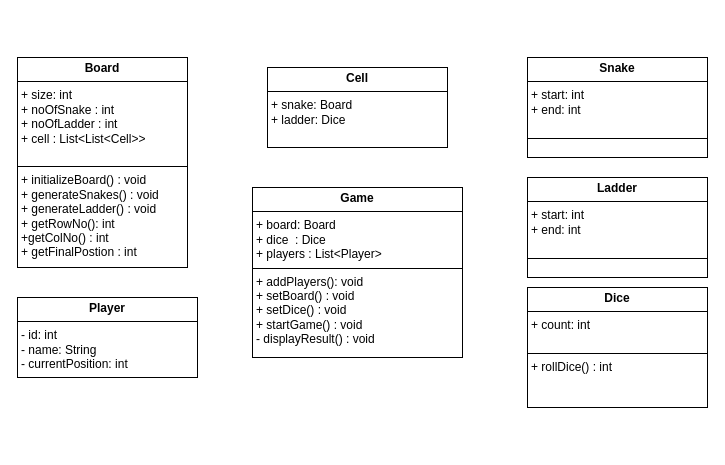
Above: SnakeAndLadder.drawio in saravananraj/LLD-ClassDiagrams (draw.io), before the change. Source tidied: cells renumbered, new cells numbered last; positions are measured from the earlier drawing's top-left corner, leaving out a move shared by most shapes. Both pictures are drawn from the tidied source at 100%, with x=0, y=0 at pixel (17, 57).
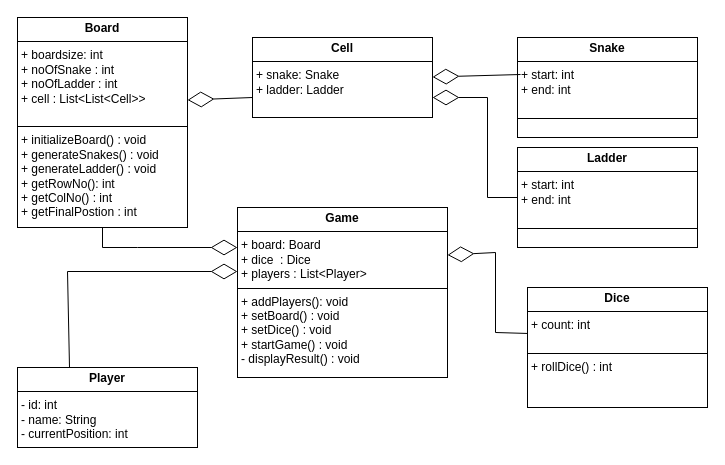
Above is the later version.

Unchanged cells that the change refers to:
```xml
<mxCell id="8" value="&lt;p style=&quot;margin:0px;margin-top:4px;text-align:center;&quot;&gt;&lt;b&gt;Dice&lt;/b&gt;&lt;/p&gt;&lt;hr size=&quot;1&quot; style=&quot;border-style:solid;&quot;&gt;&lt;p style=&quot;margin:0px;margin-left:4px;&quot;&gt;+ count: int&lt;/p&gt;&lt;p style=&quot;margin:0px;margin-left:4px;&quot;&gt;&lt;br&gt;&lt;/p&gt;&lt;hr size=&quot;1&quot; style=&quot;border-style:solid;&quot;&gt;&lt;p style=&quot;margin:0px;margin-left:4px;&quot;&gt;+ rollDice() : int&lt;/p&gt;" style="verticalAlign=top;align=left;overflow=fill;html=1;whiteSpace=wrap;" parent="1" vertex="1">
  <mxGeometry x="510" y="230" width="180" height="120" as="geometry" />
</mxCell>
```

What changed in the source:
```diff
@@
     <mxCell id="2" value="&lt;p style=&quot;margin:0px;margin-top:4px;text-align:center;&quot;&gt;&lt;b&gt;Game&lt;/b&gt;&lt;/p&gt;&lt;hr size=&quot;1&quot; style=&quot;border-style:solid;&quot;&gt;&lt;p style=&quot;margin:0px;margin-left:4px;&quot;&gt;+ board: Board&lt;/p&gt;&lt;p style=&quot;margin:0px;margin-left:4px;&quot;&gt;+ dice&amp;nbsp; : Dice&lt;/p&gt;&lt;p style=&quot;margin:0px;margin-left:4px;&quot;&gt;+ players : List&amp;lt;Player&amp;gt;&lt;/p&gt;&lt;hr size=&quot;1&quot; style=&quot;border-style:solid;&quot;&gt;&lt;p style=&quot;margin:0px;margin-left:4px;&quot;&gt;+ addPlayers(): void&lt;/p&gt;&lt;p style=&quot;margin:0px;margin-left:4px;&quot;&gt;+ setBoard() : void&lt;/p&gt;&lt;p style=&quot;margin:0px;margin-left:4px;&quot;&gt;+ setDice() : void&lt;/p&gt;&lt;p style=&quot;margin:0px;margin-left:4px;&quot;&gt;+ startGame() : void&lt;/p&gt;&lt;p style=&quot;margin:0px;margin-left:4px;&quot;&gt;- displayResult() : void&lt;/p&gt;" style="verticalAlign=top;align=left;overflow=fill;html=1;whiteSpace=wrap;" parent="1" vertex="1">
-      <mxGeometry x="235" y="130" width="210" height="170" as="geometry" />
+      <mxGeometry x="220" y="150" width="210" height="170" as="geometry" />
     </mxCell>
     <mxCell id="3" value="&lt;p style=&quot;margin:0px;margin-top:4px;text-align:center;&quot;&gt;&lt;b&gt;Snake&lt;/b&gt;&lt;/p&gt;&lt;hr size=&quot;1&quot; style=&quot;border-style:solid;&quot;&gt;&lt;p style=&quot;margin:0px;margin-left:4px;&quot;&gt;+ start: int&lt;/p&gt;&lt;p style=&quot;margin:0px;margin-left:4px;&quot;&gt;+ end: int&lt;/p&gt;&lt;p style=&quot;margin:0px;margin-left:4px;&quot;&gt;&lt;br&gt;&lt;/p&gt;&lt;hr size=&quot;1&quot; style=&quot;border-style:solid;&quot;&gt;&lt;p style=&quot;margin:0px;margin-left:4px;&quot;&gt;&lt;br&gt;&lt;/p&gt;" style="verticalAlign=top;align=left;overflow=fill;html=1;whiteSpace=wrap;" parent="1" vertex="1">
-      <mxGeometry x="510" width="180" height="100" as="geometry" />
+      <mxGeometry x="500" y="-20" width="180" height="100" as="geometry" />
     </mxCell>
     <mxCell id="4" value="&lt;p style=&quot;margin:0px;margin-top:4px;text-align:center;&quot;&gt;&lt;b&gt;Ladder&lt;/b&gt;&lt;/p&gt;&lt;hr size=&quot;1&quot; style=&quot;border-style:solid;&quot;&gt;&lt;p style=&quot;margin:0px;margin-left:4px;&quot;&gt;+ start: int&lt;/p&gt;&lt;p style=&quot;margin:0px;margin-left:4px;&quot;&gt;+ end: int&lt;/p&gt;&lt;p style=&quot;margin:0px;margin-left:4px;&quot;&gt;&lt;br&gt;&lt;/p&gt;&lt;hr size=&quot;1&quot; style=&quot;border-style:solid;&quot;&gt;&lt;p style=&quot;margin:0px;margin-left:4px;&quot;&gt;&lt;br&gt;&lt;/p&gt;" style="verticalAlign=top;align=left;overflow=fill;html=1;whiteSpace=wrap;" parent="1" vertex="1">
-      <mxGeometry x="510" y="120" width="180" height="100" as="geometry" />
+      <mxGeometry x="500" y="90" width="180" height="100" as="geometry" />
     </mxCell>
     <mxCell id="5" value="&lt;p style=&quot;margin:0px;margin-top:4px;text-align:center;&quot;&gt;&lt;b&gt;Player&lt;/b&gt;&lt;/p&gt;&lt;hr size=&quot;1&quot; style=&quot;border-style:solid;&quot;&gt;&lt;p style=&quot;margin:0px;margin-left:4px;&quot;&gt;- id: int&lt;/p&gt;&lt;p style=&quot;margin:0px;margin-left:4px;&quot;&gt;- name: String&lt;/p&gt;&lt;p style=&quot;margin:0px;margin-left:4px;&quot;&gt;- currentPosition: int&lt;/p&gt;&lt;hr size=&quot;1&quot; style=&quot;border-style:solid;&quot;&gt;&lt;p style=&quot;margin:0px;margin-left:4px;&quot;&gt;&lt;br&gt;&lt;/p&gt;" style="verticalAlign=top;align=left;overflow=fill;html=1;whiteSpace=wrap;" parent="1" vertex="1">
-      <mxGeometry y="240" width="180" height="80" as="geometry" />
+      <mxGeometry y="310" width="180" height="80" as="geometry" />
     </mxCell>
-    <mxCell id="6" value="&lt;p style=&quot;margin:0px;margin-top:4px;text-align:center;&quot;&gt;&lt;b&gt;Board&lt;/b&gt;&lt;/p&gt;&lt;hr size=&quot;1&quot; style=&quot;border-style:solid;&quot;&gt;&lt;p style=&quot;margin:0px;margin-left:4px;&quot;&gt;+ size: int&lt;/p&gt;&lt;p style=&quot;margin:0px;margin-left:4px;&quot;&gt;+ noOfSnake : int&lt;/p&gt;&lt;p style=&quot;margin:0px;margin-left:4px;&quot;&gt;+ noOfLadder : int&lt;/p&gt;&lt;p style=&quot;margin:0px;margin-left:4px;&quot;&gt;+ cell : List&amp;lt;List&amp;lt;Cell&amp;gt;&amp;gt;&lt;/p&gt;&lt;p style=&quot;margin:0px;margin-left:4px;&quot;&gt;&lt;br&gt;&lt;/p&gt;&lt;hr size=&quot;1&quot; style=&quot;border-style:solid;&quot;&gt;&lt;p style=&quot;margin:0px;margin-left:4px;&quot;&gt;+ initializeBoard() : void&lt;/p&gt;&lt;p style=&quot;margin:0px;margin-left:4px;&quot;&gt;+ generateSnakes() : void&lt;/p&gt;&lt;p style=&quot;margin:0px;margin-left:4px;&quot;&gt;+ generateLadder() : void&lt;/p&gt;&lt;p style=&quot;margin:0px;margin-left:4px;&quot;&gt;+ getRowNo(): int&lt;/p&gt;&lt;p style=&quot;margin:0px;margin-left:4px;&quot;&gt;+getColNo() : int&lt;/p&gt;&lt;p style=&quot;margin:0px;margin-left:4px;&quot;&gt;+ getFinalPostion : int&lt;/p&gt;&lt;p style=&quot;margin:0px;margin-left:4px;&quot;&gt;&lt;br&gt;&lt;/p&gt;&lt;p style=&quot;margin:0px;margin-left:4px;&quot;&gt;&lt;br&gt;&lt;/p&gt;" style="verticalAlign=top;align=left;overflow=fill;html=1;whiteSpace=wrap;" parent="1" vertex="1">
-      <mxGeometry width="170" height="210" as="geometry" />
+    <mxCell id="6" value="&lt;p style=&quot;margin:0px;margin-top:4px;text-align:center;&quot;&gt;&lt;b&gt;Board&lt;/b&gt;&lt;/p&gt;&lt;hr size=&quot;1&quot; style=&quot;border-style:solid;&quot;&gt;&lt;p style=&quot;margin:0px;margin-left:4px;&quot;&gt;+ boardsize: int&lt;/p&gt;&lt;p style=&quot;margin:0px;margin-left:4px;&quot;&gt;+ noOfSnake : int&lt;/p&gt;&lt;p style=&quot;margin:0px;margin-left:4px;&quot;&gt;+ noOfLadder : int&lt;/p&gt;&lt;p style=&quot;margin:0px;margin-left:4px;&quot;&gt;+ cell : List&amp;lt;List&amp;lt;Cell&amp;gt;&amp;gt;&lt;/p&gt;&lt;p style=&quot;margin:0px;margin-left:4px;&quot;&gt;&lt;br&gt;&lt;/p&gt;&lt;hr size=&quot;1&quot; style=&quot;border-style:solid;&quot;&gt;&lt;p style=&quot;margin:0px;margin-left:4px;&quot;&gt;+ initializeBoard() : void&lt;/p&gt;&lt;p style=&quot;margin:0px;margin-left:4px;&quot;&gt;+ generateSnakes() : void&lt;/p&gt;&lt;p style=&quot;margin:0px;margin-left:4px;&quot;&gt;+ generateLadder() : void&lt;/p&gt;&lt;p style=&quot;margin:0px;margin-left:4px;&quot;&gt;+ getRowNo(): int&lt;/p&gt;&lt;p style=&quot;margin:0px;margin-left:4px;&quot;&gt;+ getColNo() : int&lt;/p&gt;&lt;p style=&quot;margin:0px;margin-left:4px;&quot;&gt;+ getFinalPostion : int&lt;/p&gt;&lt;p style=&quot;margin:0px;margin-left:4px;&quot;&gt;&lt;br&gt;&lt;/p&gt;&lt;p style=&quot;margin:0px;margin-left:4px;&quot;&gt;&lt;br&gt;&lt;/p&gt;" style="verticalAlign=top;align=left;overflow=fill;html=1;whiteSpace=wrap;" parent="1" vertex="1">
+      <mxGeometry y="-40" width="170" height="210" as="geometry" />
     </mxCell>
-    <mxCell id="7" value="&lt;p style=&quot;margin:0px;margin-top:4px;text-align:center;&quot;&gt;&lt;b&gt;Cell&lt;/b&gt;&lt;/p&gt;&lt;hr size=&quot;1&quot; style=&quot;border-style:solid;&quot;&gt;&lt;p style=&quot;margin:0px;margin-left:4px;&quot;&gt;+ snake: Board&lt;/p&gt;&lt;p style=&quot;margin:0px;margin-left:4px;&quot;&gt;+ ladder: Dice&lt;/p&gt;&lt;p style=&quot;margin:0px;margin-left:4px;&quot;&gt;&lt;br&gt;&lt;/p&gt;&lt;hr size=&quot;1&quot; style=&quot;border-style:solid;&quot;&gt;&lt;p style=&quot;margin:0px;margin-left:4px;&quot;&gt;&lt;br&gt;&lt;/p&gt;" style="verticalAlign=top;align=left;overflow=fill;html=1;whiteSpace=wrap;" parent="1" vertex="1">
-      <mxGeometry x="250" y="10" width="180" height="80" as="geometry" />
+    <mxCell id="7" value="&lt;p style=&quot;margin:0px;margin-top:4px;text-align:center;&quot;&gt;&lt;b&gt;Cell&lt;/b&gt;&lt;/p&gt;&lt;hr size=&quot;1&quot; style=&quot;border-style:solid;&quot;&gt;&lt;p style=&quot;margin:0px;margin-left:4px;&quot;&gt;+ snake: Snake&lt;/p&gt;&lt;p style=&quot;margin:0px;margin-left:4px;&quot;&gt;+ ladder: Ladder&lt;/p&gt;&lt;p style=&quot;margin:0px;margin-left:4px;&quot;&gt;&lt;br&gt;&lt;/p&gt;&lt;hr size=&quot;1&quot; style=&quot;border-style:solid;&quot;&gt;&lt;p style=&quot;margin:0px;margin-left:4px;&quot;&gt;&lt;br&gt;&lt;/p&gt;" style="verticalAlign=top;align=left;overflow=fill;html=1;whiteSpace=wrap;" parent="1" vertex="1">
+      <mxGeometry x="235" y="-20" width="180" height="80" as="geometry" />
     </mxCell>
@@
+    <mxCell id="9" style="endArrow=diamondThin;endFill=0;endSize=24;html=1;rounded=0;exitX=0;exitY=0.5;exitDx=0;exitDy=0;" parent="1" edge="1" source="4">
+      <mxGeometry relative="1" as="geometry">
+        <mxPoint x="415" y="40" as="targetPoint" />
+        <Array as="points">
+          <mxPoint x="470" y="140" />
+          <mxPoint x="470" y="40" />
+        </Array>
+      </mxGeometry>
+    </mxCell>
+    <mxCell id="10" style="endArrow=diamondThin;endFill=0;endSize=24;html=1;rounded=0;exitX=0.017;exitY=0.37;exitDx=0;exitDy=0;exitPerimeter=0;" parent="1" edge="1" source="3">
+      <mxGeometry relative="1" as="geometry">
+        <mxPoint x="415" y="19.5" as="targetPoint" />
+      </mxGeometry>
+    </mxCell>
+    <mxCell id="11" style="endArrow=diamondThin;endFill=0;endSize=24;html=1;rounded=0;exitX=0;exitY=0.383;exitDx=0;exitDy=0;exitPerimeter=0;" parent="1" edge="1" source="8">
+      <mxGeometry relative="1" as="geometry">
+        <mxPoint x="430" y="197.5" as="targetPoint" />
+        <Array as="points">
+          <mxPoint x="478" y="275" />
+          <mxPoint x="478" y="195" />
+        </Array>
+      </mxGeometry>
+    </mxCell>
+    <mxCell id="12" style="endArrow=diamondThin;endFill=0;endSize=24;html=1;rounded=0;exitX=0.289;exitY=-0.05;exitDx=0;exitDy=0;exitPerimeter=0;" parent="1" edge="1">
+      <mxGeometry relative="1" as="geometry">
+        <mxPoint x="52" y="310" as="sourcePoint" />
+        <mxPoint x="220" y="214" as="targetPoint" />
+        <Array as="points">
+          <mxPoint x="50" y="214" />
+        </Array>
+      </mxGeometry>
+    </mxCell>
+    <mxCell id="13" style="endArrow=diamondThin;endFill=0;endSize=24;html=1;rounded=0;exitX=0.5;exitY=1;exitDx=0;exitDy=0;" parent="1" edge="1" source="6">
+      <mxGeometry relative="1" as="geometry">
+        <mxPoint x="220" y="190" as="targetPoint" />
+        <Array as="points">
+          <mxPoint x="85" y="190" />
+          <mxPoint x="120" y="190" />
+        </Array>
+      </mxGeometry>
+    </mxCell>
+    <mxCell id="14" style="endArrow=diamondThin;endFill=0;endSize=24;html=1;rounded=0;exitX=0;exitY=0.75;exitDx=0;exitDy=0;" parent="1" edge="1" source="7">
+      <mxGeometry relative="1" as="geometry">
+        <mxPoint x="170" y="42.5" as="targetPoint" />
+      </mxGeometry>
+    </mxCell>
```
